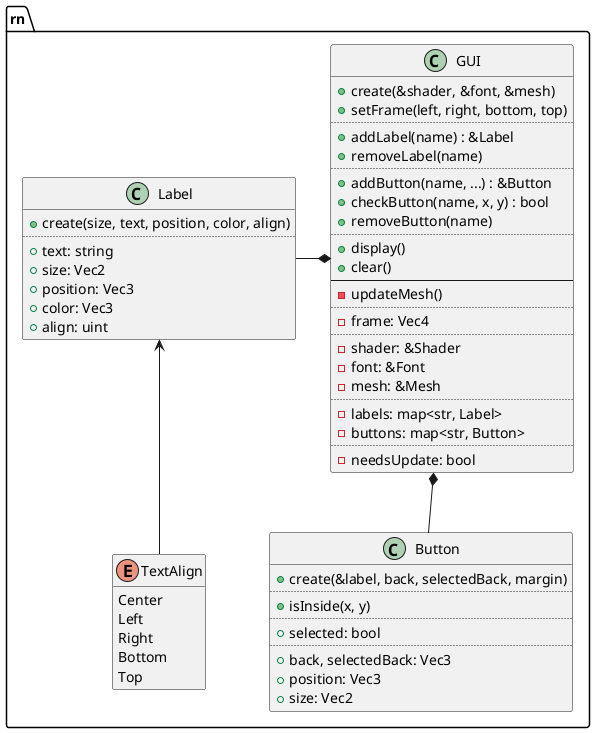
This is design/gui.png from ba6er/marblemaze, a PlantUML export, as it was before one commit.
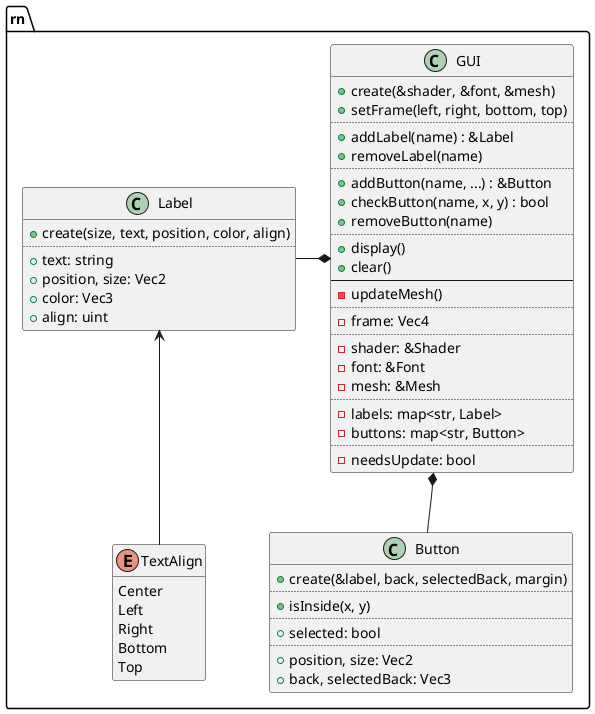
Above is the later version.

Commit message:
Improved font loading (atlas size is now correct height), added button rendering

Change to the diagram source:
```diff
@@ -42,8 +42,7 @@
 	+create(size, text, position, color, align)
 	..
 	+text: string
-	+size: Vec2
-	+position: Vec3
+	+position, size: Vec2
 	+color: Vec3
 	+align: uint
 }
@@ -55,9 +54,8 @@
 	..
 	+selected: bool
 	..
+	+position, size: Vec2
 	+back, selectedBack: Vec3
-	+position: Vec3
-	+size: Vec2
 }
 
 Label <-- TextAlign
```
